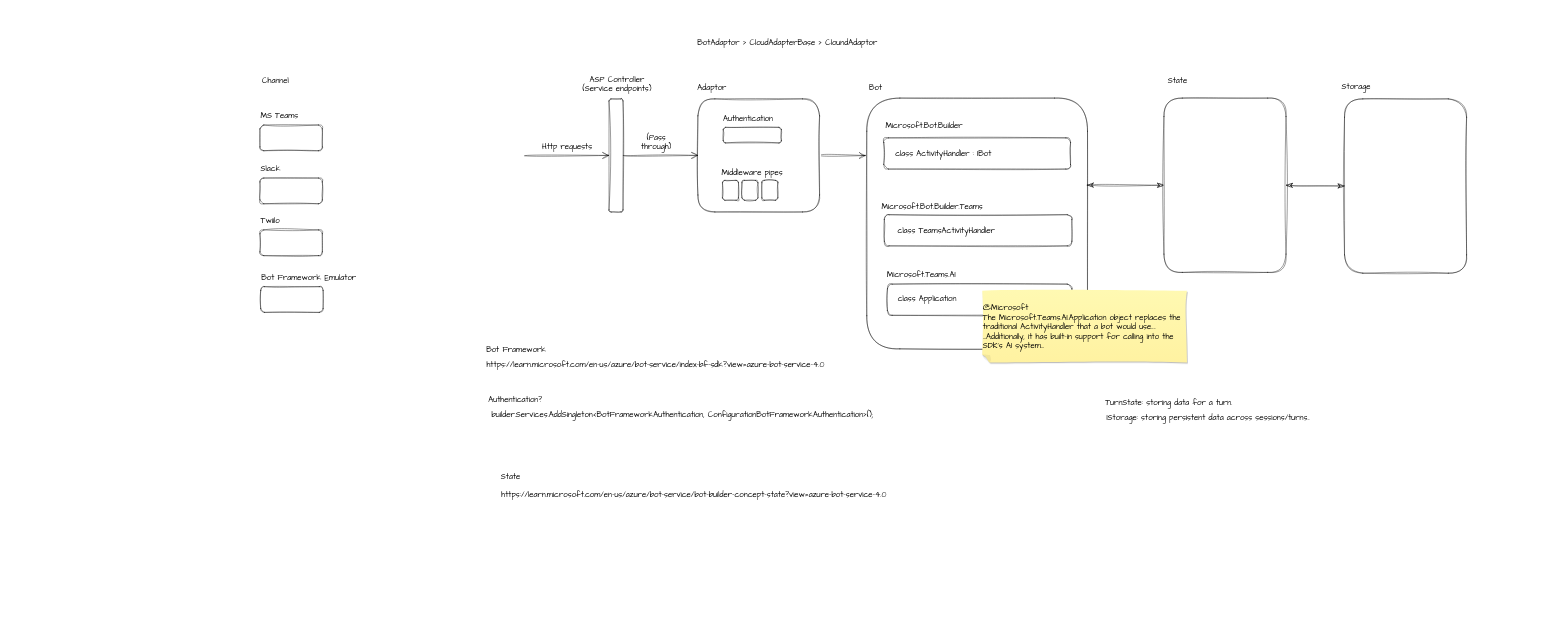
Earlier version of the draw.io diagram doc/_overall_diagram.drawio (dgtvan/big-head). Source tidied: cells renumbered, new cells numbered last; positions are measured from the earlier drawing's top-left corner, leaving out a move shared by most shapes. Both pictures are drawn from the tidied source at 39%, with x=0, y=0 at pixel (260, 36).
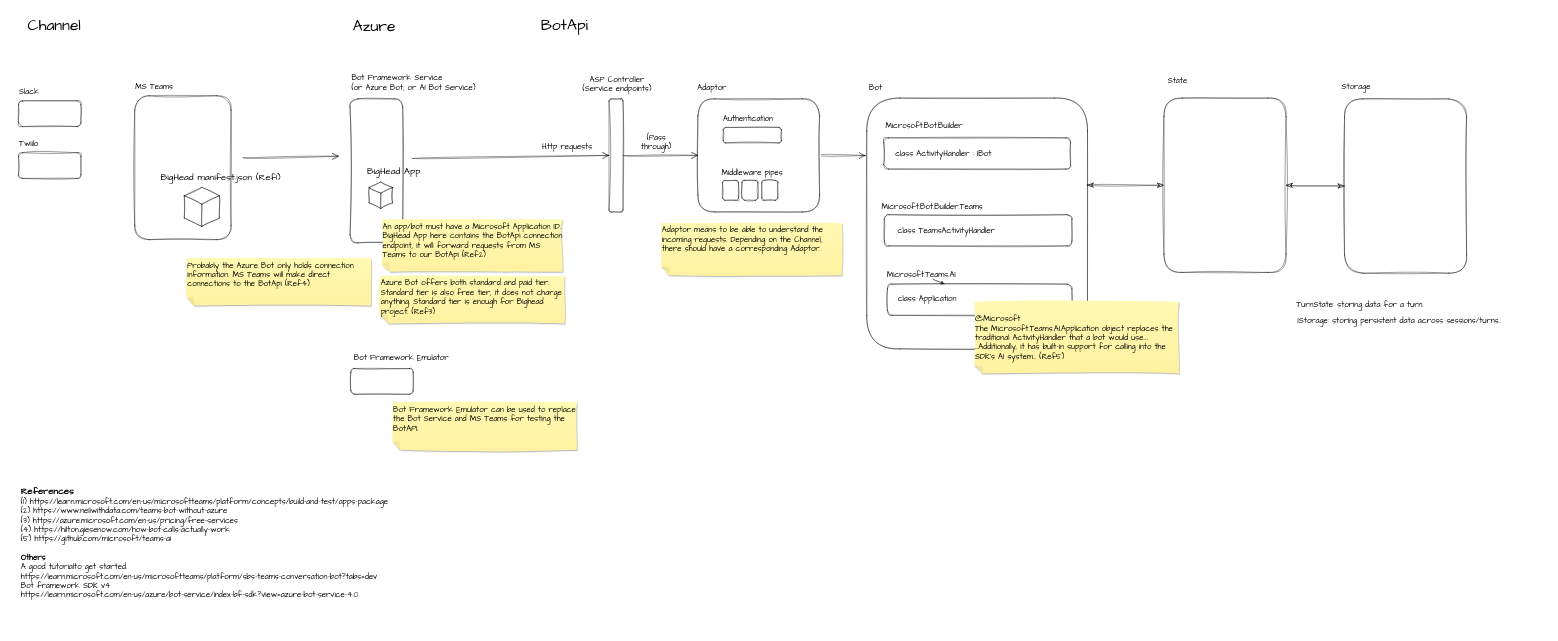
After the change.

The change refers to these unchanged cells:
```xml
<mxCell id="8" style="rounded=1;whiteSpace=wrap;html=1;hachureGap=4;fontFamily=Architects Daughter;sketch=1;curveFitting=1;jiggle=2;" parent="1" vertex="1">
  <mxGeometry x="895" y="160" width="36" height="290" as="geometry" />
</mxCell>
<mxCell id="51" style="group;rounded=1;sketch=1;curveFitting=1;jiggle=2;" parent="1" vertex="1">
  <mxGeometry x="1609" y="594" width="473" height="121" as="geometry" />
</mxCell>
<mxCell id="52" value="Microsoft.Teams.AI" style="text;strokeColor=none;fillColor=none;html=1;align=center;verticalAlign=middle;whiteSpace=wrap;rounded=1;fontSize=20;fontFamily=Architects Daughter;sketch=1;curveFitting=1;jiggle=2;" parent="51" vertex="1">
  <mxGeometry x="57" width="60" height="30" as="geometry" />
</mxCell>
<mxCell id="53" style="rounded=1;whiteSpace=wrap;html=1;hachureGap=4;fontFamily=Architects Daughter;sketch=1;curveFitting=1;jiggle=2;" parent="51" vertex="1">
  <mxGeometry y="41" width="473" height="80" as="geometry" />
</mxCell>
```

The edit, as a diff of the source:
```diff
@@
     <mxCell id="12" style="edgeStyle=none;jettySize=auto;html=1;rounded=1;hachureGap=4;fontFamily=Architects Daughter;fontSize=16;startSize=14;endArrow=open;endSize=14;sourcePerimeterSpacing=8;targetPerimeterSpacing=8;curved=1;entryX=0;entryY=0.5;entryDx=0;entryDy=0;sketch=1;curveFitting=1;jiggle=2;" parent="1" edge="1" target="8">
       <mxGeometry relative="1" as="geometry">
-        <mxPoint x="678" y="306" as="sourcePoint" />
+        <mxPoint x="390" y="313" as="sourcePoint" />
       </mxGeometry>
     </mxCell>
@@
-    <mxCell id="14" style="group;rounded=1;sketch=1;curveFitting=1;jiggle=2;" parent="1" vertex="1">
-      <mxGeometry x="480" y="788" width="1069" height="69" as="geometry" />
-    </mxCell>
-    <mxCell id="15" value="https://learn.microsoft.com/en-us/azure/bot-service/index-bf-sdk?view=azure-bot-service-4.0" style="text;strokeColor=none;fillColor=none;html=1;align=center;verticalAlign=middle;whiteSpace=wrap;rounded=1;fontSize=20;fontFamily=Architects Daughter;sketch=1;curveFitting=1;jiggle=2;" parent="14" vertex="1">
-      <mxGeometry y="39" width="1069" height="30" as="geometry" />
-    </mxCell>
-    <mxCell id="16" value="Bot Framework" style="text;strokeColor=none;fillColor=none;html=1;align=center;verticalAlign=middle;whiteSpace=wrap;rounded=1;fontSize=20;fontFamily=Architects Daughter;sketch=1;curveFitting=1;jiggle=2;" parent="14" vertex="1">
-      <mxGeometry x="93" width="169" height="30" as="geometry" />
-    </mxCell>
-    <mxCell id="17" style="group;rounded=1;sketch=1;curveFitting=1;jiggle=2;" parent="1" vertex="1">
-      <mxGeometry x="558" y="916" width="1050" height="68" as="geometry" />
-    </mxCell>
-    <mxCell id="18" value="Authentication?" style="text;strokeColor=none;fillColor=none;html=1;align=center;verticalAlign=middle;whiteSpace=wrap;rounded=1;fontSize=20;fontFamily=Architects Daughter;sketch=1;curveFitting=1;jiggle=2;" parent="17" vertex="1">
-      <mxGeometry x="67" width="60" height="30" as="geometry" />
-    </mxCell>
-    <mxCell id="19" value="builder.Services.AddSingleton&amp;lt;BotFrameworkAuthentication, ConfigurationBotFrameworkAuthentication&amp;gt;();" style="text;strokeColor=none;fillColor=none;html=1;align=center;verticalAlign=middle;whiteSpace=wrap;rounded=1;fontSize=20;fontFamily=Architects Daughter;sketch=1;curveFitting=1;jiggle=2;" parent="17" vertex="1">
-      <mxGeometry y="38" width="1050" height="30" as="geometry" />
-    </mxCell>
@@
-    <mxCell id="28" value="BotAdaptor &amp;gt; CloudAdapterBase &amp;gt; CloundAdaptor" style="text;strokeColor=none;fillColor=none;html=1;align=left;verticalAlign=middle;whiteSpace=wrap;rounded=1;fontSize=20;fontFamily=Architects Daughter;sketch=1;curveFitting=1;jiggle=2;" parent="1" vertex="1">
-      <mxGeometry x="1120" width="677" height="30" as="geometry" />
-    </mxCell>
     <mxCell id="29" style="rounded=1;whiteSpace=wrap;html=1;hachureGap=4;fontFamily=Architects Daughter;sketch=1;curveFitting=1;jiggle=2;" parent="1" vertex="1">
-      <mxGeometry y="227" width="160" height="66" as="geometry" />
+      <mxGeometry x="-321" y="152" width="247" height="369" as="geometry" />
     </mxCell>
-    <mxCell id="30" value="Channel" style="text;strokeColor=none;fillColor=none;html=1;align=center;verticalAlign=middle;whiteSpace=wrap;rounded=1;fontSize=20;fontFamily=Architects Daughter;sketch=1;curveFitting=1;jiggle=2;" parent="1" vertex="1">
-      <mxGeometry x="10" y="99" width="60" height="30" as="geometry" />
+    <mxCell id="30" value="Channel" style="text;strokeColor=none;fillColor=none;html=1;align=center;verticalAlign=middle;whiteSpace=wrap;rounded=1;fontSize=40;fontFamily=Architects Daughter;sketch=1;curveFitting=1;jiggle=2;" parent="1" vertex="1">
+      <mxGeometry x="-649" y="-67" width="244" height="80" as="geometry" />
     </mxCell>
     <mxCell id="31" value="MS Teams" style="text;strokeColor=none;fillColor=none;html=1;align=left;verticalAlign=middle;whiteSpace=wrap;rounded=1;fontSize=20;fontFamily=Architects Daughter;sketch=1;curveFitting=1;jiggle=2;" parent="1" vertex="1">
-      <mxGeometry y="187" width="150" height="30" as="geometry" />
+      <mxGeometry x="-321" y="112" width="150" height="30" as="geometry" />
     </mxCell>
     <mxCell id="32" style="rounded=1;whiteSpace=wrap;html=1;hachureGap=4;fontFamily=Architects Daughter;sketch=1;curveFitting=1;jiggle=2;" parent="1" vertex="1">
-      <mxGeometry y="363" width="160" height="66" as="geometry" />
+      <mxGeometry x="-619" y="165" width="160" height="66" as="geometry" />
     </mxCell>
     <mxCell id="33" value="Slack" style="text;strokeColor=none;fillColor=none;html=1;align=left;verticalAlign=middle;whiteSpace=wrap;rounded=1;fontSize=20;fontFamily=Architects Daughter;sketch=1;curveFitting=1;jiggle=2;" parent="1" vertex="1">
-      <mxGeometry y="323" width="150" height="30" as="geometry" />
+      <mxGeometry x="-619" y="125" width="150" height="30" as="geometry" />
     </mxCell>
     <mxCell id="34" style="rounded=1;whiteSpace=wrap;html=1;hachureGap=4;fontFamily=Architects Daughter;sketch=1;curveFitting=1;jiggle=2;" parent="1" vertex="1">
-      <mxGeometry y="496" width="160" height="66" as="geometry" />
+      <mxGeometry x="-619" y="298" width="160" height="66" as="geometry" />
     </mxCell>
     <mxCell id="35" value="Twiilo" style="text;strokeColor=none;fillColor=none;html=1;align=left;verticalAlign=middle;whiteSpace=wrap;rounded=1;fontSize=20;fontFamily=Architects Daughter;sketch=1;curveFitting=1;jiggle=2;" parent="1" vertex="1">
-      <mxGeometry y="458" width="150" height="30" as="geometry" />
+      <mxGeometry x="-619" y="260" width="150" height="30" as="geometry" />
     </mxCell>
@@
-    <mxCell id="41" style="group;rounded=1;sketch=1;curveFitting=1;jiggle=2;" parent="1" vertex="1">
-      <mxGeometry x="570" y="1113" width="1086" height="76" as="geometry" />
-    </mxCell>
-    <mxCell id="42" value="https://learn.microsoft.com/en-us/azure/bot-service/bot-builder-concept-state?view=azure-bot-service-4.0" style="text;strokeColor=none;fillColor=none;html=1;align=center;verticalAlign=middle;whiteSpace=wrap;rounded=1;fontSize=20;fontFamily=Architects Daughter;sketch=1;curveFitting=1;jiggle=2;" parent="41" vertex="1">
-      <mxGeometry y="46" width="1086" height="30" as="geometry" />
-    </mxCell>
-    <mxCell id="43" value="State" style="text;strokeColor=none;fillColor=none;html=1;align=center;verticalAlign=middle;whiteSpace=wrap;rounded=1;fontSize=20;fontFamily=Architects Daughter;sketch=1;curveFitting=1;jiggle=2;" parent="41" vertex="1">
-      <mxGeometry x="43" width="60" height="30" as="geometry" />
-    </mxCell>
     <mxCell id="44" style="group;rounded=1;sketch=1;curveFitting=1;jiggle=2;" parent="1" vertex="1">
-      <mxGeometry x="2166" y="923" width="655" height="70" as="geometry" />
+      <mxGeometry x="2656" y="673" width="655" height="70" as="geometry" />
     </mxCell>
@@
+    <mxCell id="61" style="edgeStyle=none;sketch=1;hachureGap=4;jiggle=2;curveFitting=1;html=1;fontFamily=Architects Daughter;fontSize=16;" parent="51" edge="1" source="52" target="53">
+      <mxGeometry relative="1" as="geometry" />
+    </mxCell>
@@
-    <mxCell id="58" value="&lt;div&gt;&lt;span style=&quot;font-size: 20px;&quot;&gt;@Microsoft&lt;br&gt;The&amp;nbsp;&lt;/span&gt;&lt;span style=&quot;font-size: 20px; background-color: initial;&quot;&gt;Microsoft.Teams.AI.&lt;/span&gt;&lt;span style=&quot;font-size: 20px; background-color: initial;&quot;&gt;Application object replaces the traditional ActivityHandler that a bot would use....&lt;br&gt;...&lt;/span&gt;&lt;span style=&quot;background-color: initial; font-size: 20px;&quot;&gt;Additionally, it has built-in&amp;nbsp;&lt;/span&gt;&lt;span style=&quot;font-size: 20px; background-color: initial;&quot;&gt;support for calling into the SDK's AI system...&lt;/span&gt;&lt;/div&gt;" style="shape=note;whiteSpace=wrap;html=1;backgroundOutline=1;fontColor=#000000;darkOpacity=0.05;fillColor=#FFF9B2;strokeColor=none;fillStyle=solid;direction=west;gradientDirection=north;gradientColor=#FFF2A1;shadow=1;size=20;hachureGap=4;fontFamily=Architects Daughter;align=left;rounded=1;sketch=1;curveFitting=1;jiggle=2;" parent="1" vertex="1">
-      <mxGeometry x="1852" y="652" width="525" height="184" as="geometry" />
+    <mxCell id="58" value="&lt;div&gt;&lt;span style=&quot;font-size: 20px;&quot;&gt;@Microsoft&lt;br&gt;The&amp;nbsp;&lt;/span&gt;&lt;span style=&quot;font-size: 20px; background-color: initial;&quot;&gt;Microsoft.Teams.AI.&lt;/span&gt;&lt;span style=&quot;font-size: 20px; background-color: initial;&quot;&gt;Application object replaces the traditional ActivityHandler that a bot would use....&lt;br&gt;...&lt;/span&gt;&lt;span style=&quot;background-color: initial; font-size: 20px;&quot;&gt;Additionally, it has built-in&amp;nbsp;&lt;/span&gt;&lt;span style=&quot;font-size: 20px; background-color: initial;&quot;&gt;support for calling into the SDK's AI system... (Ref5)&lt;/span&gt;&lt;/div&gt;" style="shape=note;whiteSpace=wrap;html=1;backgroundOutline=1;fontColor=#000000;darkOpacity=0.05;fillColor=#FFF9B2;strokeColor=none;fillStyle=solid;direction=west;gradientDirection=north;gradientColor=#FFF2A1;shadow=1;size=20;hachureGap=4;fontFamily=Architects Daughter;align=left;rounded=1;sketch=1;curveFitting=1;jiggle=2;" parent="1" vertex="1">
+      <mxGeometry x="1832" y="680" width="525" height="184" as="geometry" />
     </mxCell>
     <mxCell id="59" style="rounded=1;whiteSpace=wrap;html=1;hachureGap=4;fontFamily=Architects Daughter;sketch=1;curveFitting=1;jiggle=2;" parent="1" vertex="1">
-      <mxGeometry x="2" y="641.5" width="160" height="66" as="geometry" />
+      <mxGeometry x="233" y="851.5" width="160" height="66" as="geometry" />
     </mxCell>
     <mxCell id="60" value="Bot Framework Emulator" style="text;strokeColor=none;fillColor=none;html=1;align=left;verticalAlign=middle;whiteSpace=wrap;rounded=1;fontSize=20;fontFamily=Architects Daughter;sketch=1;curveFitting=1;jiggle=2;" parent="1" vertex="1">
-      <mxGeometry x="2" y="601.5" width="260" height="30" as="geometry" />
+      <mxGeometry x="239" y="807" width="260" height="30" as="geometry" />
     </mxCell>
+    <mxCell id="62" style="html=1;whiteSpace=wrap;shape=isoCube2;backgroundOutline=1;isoAngle=15;rounded=1;sketch=1;hachureGap=4;jiggle=2;curveFitting=1;fontFamily=Architects Daughter;fontSize=20;" parent="1" vertex="1">
+      <mxGeometry x="-194" y="387" width="90" height="100" as="geometry" />
+    </mxCell>
+    <mxCell id="63" value="&lt;span style=&quot;font-size: 24px;&quot;&gt;BigHead manifest.json (Ref1)&lt;/span&gt;" style="text;html=1;strokeColor=none;fillColor=none;align=center;verticalAlign=middle;whiteSpace=wrap;rounded=0;sketch=1;hachureGap=4;jiggle=2;curveFitting=1;fontFamily=Architects Daughter;fontSize=20;fontStyle=0;" parent="1" vertex="1">
+      <mxGeometry x="-257" y="347" width="313" height="30" as="geometry" />
+    </mxCell>
+    <mxCell id="64" value="&lt;span style=&quot;font-size: 24px; font-weight: 700;&quot;&gt;References&lt;br&gt;&lt;/span&gt;(1) https://learn.microsoft.com/en-us/microsoftteams/platform/concepts/build-and-test/apps-package&lt;br&gt;(2)&amp;nbsp;https://www.neilwithdata.com/teams-bot-without-azure&lt;br&gt;(3)&amp;nbsp;https://azure.microsoft.com/en-us/pricing/free-services&lt;br&gt;(4) https://hilton.giesenow.com/how-bot-calls-actually-work&lt;br&gt;(5)&amp;nbsp;https://github.com/microsoft/teams-ai&lt;br&gt;&lt;br&gt;&lt;b&gt;Others&lt;/b&gt;&lt;br&gt;A good tutorialto get started.&lt;br&gt;https://learn.microsoft.com/en-us/microsoftteams/platform/sbs-teams-conversation-bot?tabs=dev&lt;br&gt;Bot framework SDK v4&lt;br&gt;&lt;span style=&quot;text-align: center;&quot;&gt;https://learn.microsoft.com/en-us/azure/bot-service/index-bf-sdk?view=azure-bot-service-4.0&lt;/span&gt;" style="text;html=1;strokeColor=none;fillColor=none;align=left;verticalAlign=top;whiteSpace=wrap;rounded=0;sketch=1;hachureGap=4;jiggle=2;curveFitting=1;fontFamily=Architects Daughter;fontSize=20;labelPosition=center;verticalLabelPosition=middle;" parent="1" vertex="1">
+      <mxGeometry x="-615" y="1145" width="1091" height="388" as="geometry" />
+    </mxCell>
+    <mxCell id="65" value="Azure" style="text;strokeColor=none;fillColor=none;html=1;align=center;verticalAlign=middle;whiteSpace=wrap;rounded=1;fontSize=40;fontFamily=Architects Daughter;sketch=1;curveFitting=1;jiggle=2;" parent="1" vertex="1">
+      <mxGeometry x="187" y="-73" width="212" height="94" as="geometry" />
+    </mxCell>
+    <mxCell id="66" value="Bot Framework Service&lt;br&gt;(or Azure Bot, or AI Bot Service)" style="text;strokeColor=none;fillColor=none;html=1;align=left;verticalAlign=middle;whiteSpace=wrap;rounded=1;fontSize=20;fontFamily=Architects Daughter;sketch=1;curveFitting=1;jiggle=2;" parent="1" vertex="1">
+      <mxGeometry x="233" y="89" width="353" height="58" as="geometry" />
+    </mxCell>
+    <mxCell id="67" style="rounded=1;whiteSpace=wrap;html=1;hachureGap=4;fontFamily=Architects Daughter;sketch=1;curveFitting=1;jiggle=2;" parent="1" vertex="1">
+      <mxGeometry x="231" y="160" width="135" height="369" as="geometry" />
+    </mxCell>
+    <mxCell id="68" value="BotApi" style="text;strokeColor=none;fillColor=none;html=1;align=center;verticalAlign=middle;whiteSpace=wrap;rounded=1;fontSize=40;fontFamily=Architects Daughter;sketch=1;curveFitting=1;jiggle=2;" parent="1" vertex="1">
+      <mxGeometry x="675" y="-76" width="212" height="94" as="geometry" />
+    </mxCell>
+    <mxCell id="69" style="edgeStyle=none;orthogonalLoop=1;jettySize=auto;html=1;rounded=1;hachureGap=4;fontFamily=Architects Daughter;fontSize=16;startSize=14;endArrow=open;endSize=14;sourcePerimeterSpacing=8;targetPerimeterSpacing=8;curved=1;sketch=1;curveFitting=1;jiggle=2;" parent="1" edge="1">
+      <mxGeometry relative="1" as="geometry">
+        <mxPoint x="-44" y="311" as="sourcePoint" />
+        <mxPoint x="202" y="307" as="targetPoint" />
+      </mxGeometry>
+    </mxCell>
+    <mxCell id="70" style="html=1;whiteSpace=wrap;shape=isoCube2;backgroundOutline=1;isoAngle=15;rounded=1;sketch=1;hachureGap=4;jiggle=2;curveFitting=1;fontFamily=Architects Daughter;fontSize=20;" parent="1" vertex="1">
+      <mxGeometry x="280" y="373" width="60" height="68" as="geometry" />
+    </mxCell>
+    <mxCell id="71" value="&lt;span style=&quot;font-size: 24px;&quot;&gt;BigHead App&lt;br&gt;&lt;/span&gt;" style="text;html=1;strokeColor=none;fillColor=none;align=center;verticalAlign=middle;whiteSpace=wrap;rounded=0;sketch=1;hachureGap=4;jiggle=2;curveFitting=1;fontFamily=Architects Daughter;fontSize=20;fontStyle=0;" parent="1" vertex="1">
+      <mxGeometry x="187" y="329.5" width="313" height="30" as="geometry" />
+    </mxCell>
+    <mxCell id="72" value="&lt;span style=&quot;font-size: 20px;&quot;&gt;An app/bot must have a Microsoft Application ID.&lt;br&gt;BigHead App here contains the BotApi connection endpoint, it will forward requests from MS Teams to our BotApi (Ref2)&lt;br&gt;&lt;/span&gt;" style="shape=note;whiteSpace=wrap;html=1;backgroundOutline=1;fontColor=#000000;darkOpacity=0.05;fillColor=#FFF9B2;strokeColor=none;fillStyle=solid;direction=west;gradientDirection=north;gradientColor=#FFF2A1;shadow=1;size=20;hachureGap=4;fontFamily=Architects Daughter;align=left;rounded=1;sketch=1;curveFitting=1;jiggle=2;verticalAlign=top;" parent="1" vertex="1">
+      <mxGeometry x="313" y="469" width="463" height="134" as="geometry" />
+    </mxCell>
+    <mxCell id="73" value="&lt;span style=&quot;font-size: 20px;&quot;&gt;Azure Bot offers both standard and paid tier. Standard tier is also free tier, it does not charge anything. Standard tier is enough for Bighead project. (Ref3)&lt;br&gt;&lt;/span&gt;" style="shape=note;whiteSpace=wrap;html=1;backgroundOutline=1;fontColor=#000000;darkOpacity=0.05;fillColor=#FFF9B2;strokeColor=none;fillStyle=solid;direction=west;gradientDirection=north;gradientColor=#FFF2A1;shadow=1;size=20;hachureGap=4;fontFamily=Architects Daughter;align=left;rounded=1;sketch=1;curveFitting=1;jiggle=2;verticalAlign=top;" parent="1" vertex="1">
+      <mxGeometry x="308" y="614" width="473" height="122" as="geometry" />
+    </mxCell>
+    <mxCell id="74" value="&lt;span style=&quot;font-size: 20px;&quot;&gt;Bot Framework Emulator can be used to replace the Bot Service and MS Teams for testing the BotAPI.&lt;br&gt;&lt;br&gt;&lt;/span&gt;" style="shape=note;whiteSpace=wrap;html=1;backgroundOutline=1;fontColor=#000000;darkOpacity=0.05;fillColor=#FFF9B2;strokeColor=none;fillStyle=solid;direction=west;gradientDirection=north;gradientColor=#FFF2A1;shadow=1;size=20;hachureGap=4;fontFamily=Architects Daughter;align=left;rounded=1;sketch=1;curveFitting=1;jiggle=2;verticalAlign=top;" parent="1" vertex="1">
+      <mxGeometry x="340" y="938" width="473" height="122" as="geometry" />
+    </mxCell>
+    <mxCell id="75" value="&lt;span style=&quot;font-size: 20px;&quot;&gt;Adaptor means to be able to understand the incoming requests. Depending on the Channel, there should have a corresponding Adaptor.&lt;br&gt;&lt;/span&gt;" style="shape=note;whiteSpace=wrap;html=1;backgroundOutline=1;fontColor=#000000;darkOpacity=0.05;fillColor=#FFF9B2;strokeColor=none;fillStyle=solid;direction=west;gradientDirection=north;gradientColor=#FFF2A1;shadow=1;size=20;hachureGap=4;fontFamily=Architects Daughter;align=left;rounded=1;sketch=1;curveFitting=1;jiggle=2;verticalAlign=top;" parent="1" vertex="1">
+      <mxGeometry x="1029" y="478" width="463" height="134" as="geometry" />
+    </mxCell>
+    <mxCell id="76" value="&lt;span style=&quot;font-size: 20px;&quot;&gt;Probably the Azure Bot only holds connection information. MS Teams will make direct connections to the BotApi (Ref4)&lt;br&gt;&lt;/span&gt;" style="shape=note;whiteSpace=wrap;html=1;backgroundOutline=1;fontColor=#000000;darkOpacity=0.05;fillColor=#FFF9B2;strokeColor=none;fillStyle=solid;direction=west;gradientDirection=north;gradientColor=#FFF2A1;shadow=1;size=20;hachureGap=4;fontFamily=Architects Daughter;align=left;rounded=1;sketch=1;curveFitting=1;jiggle=2;verticalAlign=top;" parent="1" vertex="1">
+      <mxGeometry x="-188" y="568" width="473" height="122" as="geometry" />
+    </mxCell>
```
